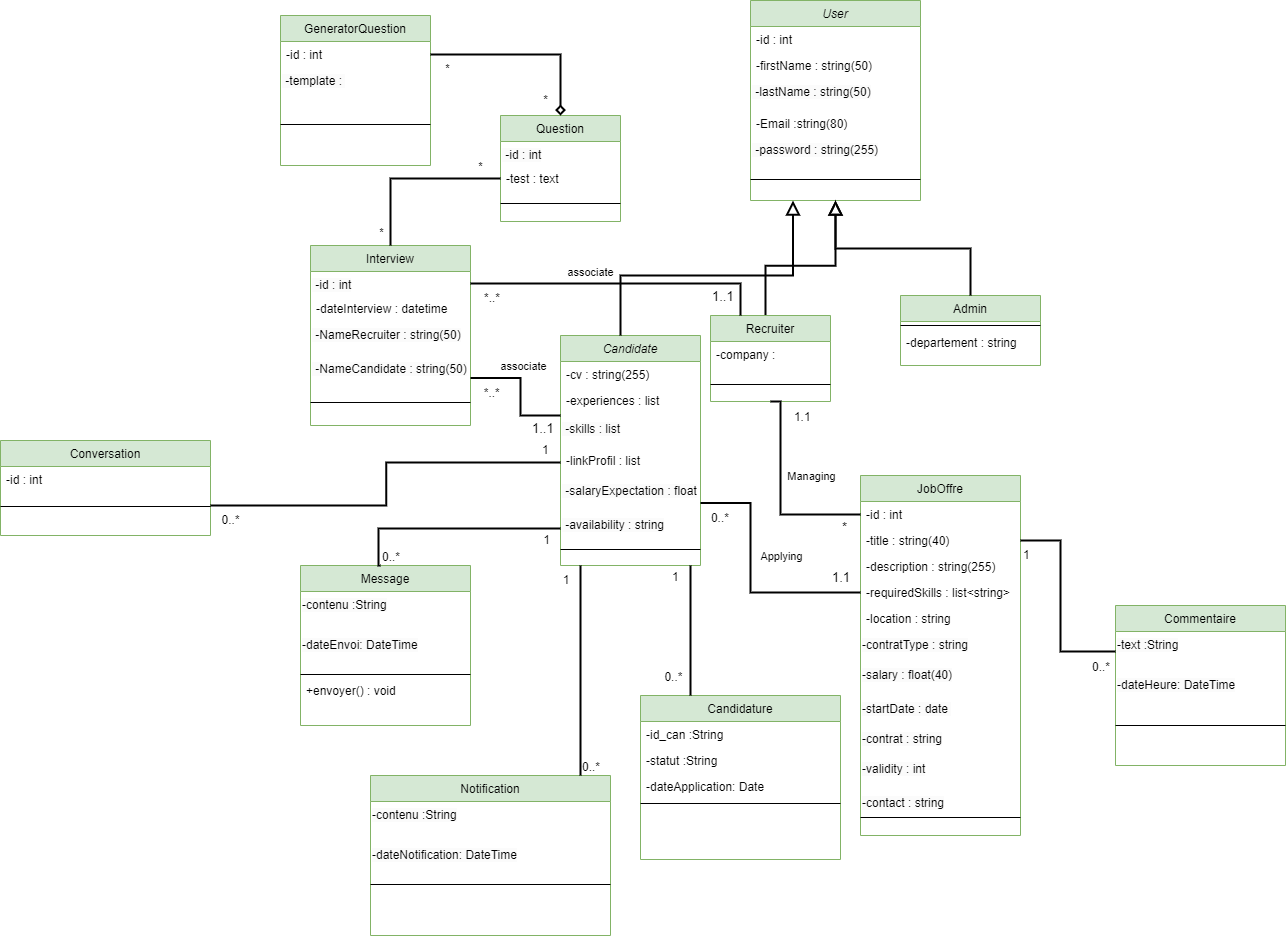
chirine1/-project keeps this draw.io diagram as Diagramme class BD.drawio.png. Above is the earlier version. Source tidied: cells renumbered, new cells last; positions are measured from the earlier drawing's top-left corner, leaving out a move shared by most shapes.
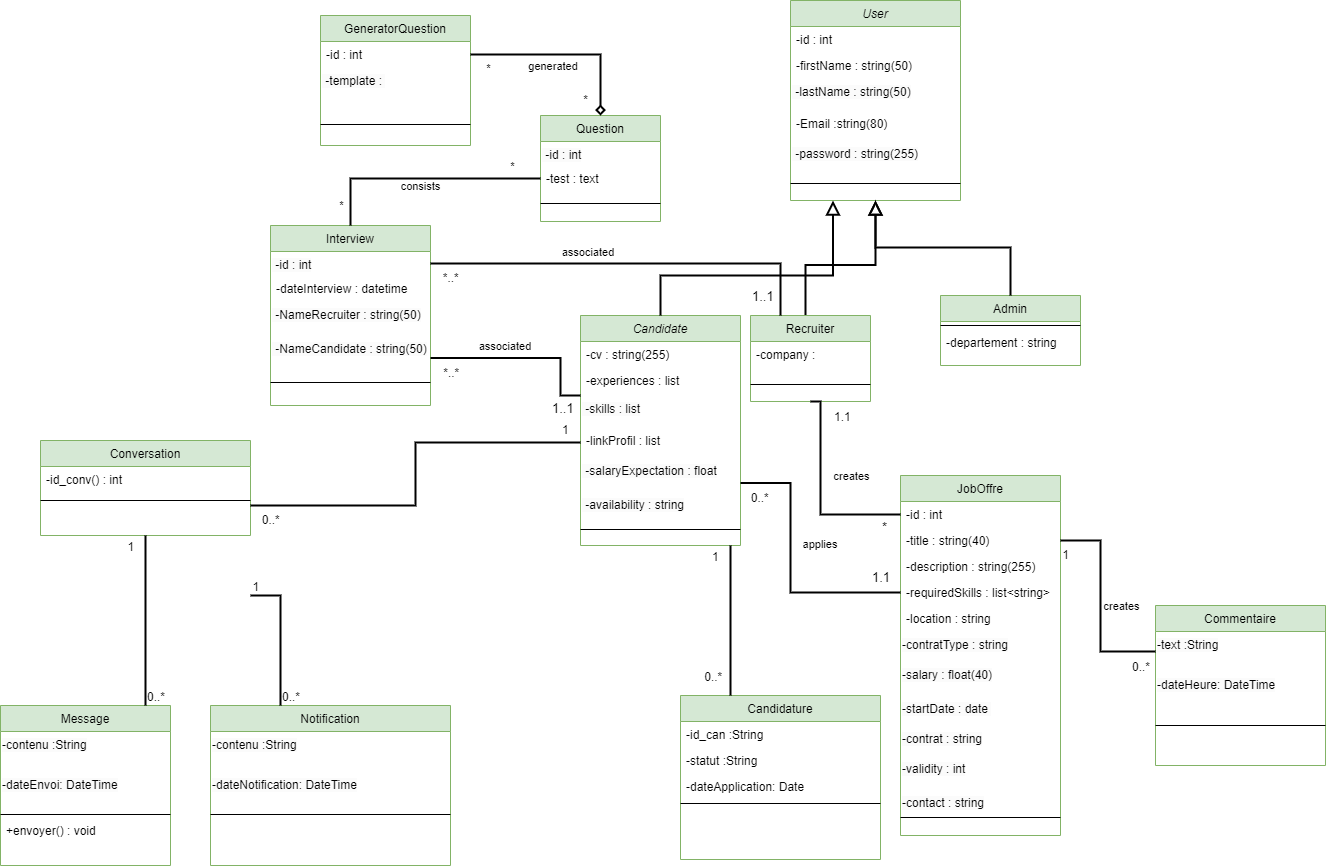
Later version of the same file.

Commit message:
Mettre à jour Diagramme class BD.drawio.png

The edit, as a diff of the source:
```diff
@@ -15,13 +15,13 @@
       <mxGeometry y="78" width="170" height="32" as="geometry" />
     </mxCell>
     <mxCell id="6" value="-Email :string(80)" style="text;align=left;verticalAlign=top;spacingLeft=4;spacingRight=4;overflow=hidden;rounded=0;shadow=0;html=0;" parent="2" vertex="1">
-      <mxGeometry y="110" width="170" height="26" as="geometry" />
+      <mxGeometry y="110" width="170" height="30" as="geometry" />
     </mxCell>
     <mxCell id="7" value="&lt;span style=&quot;color: rgb(0, 0, 0); font-family: Helvetica; font-size: 12px; font-style: normal; font-variant-ligatures: normal; font-variant-caps: normal; font-weight: 400; letter-spacing: normal; orphans: 2; text-align: left; text-indent: 0px; text-transform: none; widows: 2; word-spacing: 0px; -webkit-text-stroke-width: 0px; background-color: rgb(251, 251, 251); text-decoration-thickness: initial; text-decoration-style: initial; text-decoration-color: initial; float: none; display: inline !important;&quot;&gt;&amp;nbsp;-password : string(255)&lt;/span&gt;" style="text;whiteSpace=wrap;html=1;" parent="2" vertex="1">
-      <mxGeometry y="136" width="170" height="40" as="geometry" />
+      <mxGeometry y="140" width="170" height="40" as="geometry" />
     </mxCell>
     <mxCell id="8" style="line;html=1;strokeWidth=1;align=left;verticalAlign=middle;spacingTop=-1;spacingLeft=3;spacingRight=3;labelPosition=right;" parent="2" vertex="1">
-      <mxGeometry y="176" width="170" height="6" as="geometry" />
+      <mxGeometry y="180" width="170" height="6" as="geometry" />
     </mxCell>
     <mxCell id="9" style="endArrow=block;endSize=10;endFill=0;shadow=0;strokeWidth=2;rounded=0;edgeStyle=elbowEdgeStyle;elbow=vertical;" parent="1" edge="1" target="2">
       <mxGeometry relative="1" as="geometry">
@@ -89,31 +89,31 @@
       <mxGeometry y="52" width="120" height="34" as="geometry" />
     </mxCell>
     <mxCell id="30" value="Candidate" style="swimlane;fontStyle=2;align=center;verticalAlign=top;horizontal=1;startSize=26;rounded=0;shadow=0;strokeWidth=1;fillColor=#d5e8d4;strokeColor=#82b366;" parent="1" vertex="1">
-      <mxGeometry x="560" y="335" width="140" height="230" as="geometry" />
+      <mxGeometry x="540" y="315" width="160" height="230" as="geometry" />
     </mxCell>
     <mxCell id="31" value="-cv : string(255)" style="text;align=left;verticalAlign=top;spacingLeft=4;spacingRight=4;overflow=hidden;rounded=0;shadow=0;html=0;" parent="30" vertex="1">
-      <mxGeometry y="26" width="140" height="26" as="geometry" />
+      <mxGeometry y="26" width="160" height="26" as="geometry" />
     </mxCell>
     <mxCell id="32" value="-experiences : list" style="text;align=left;verticalAlign=top;spacingLeft=4;spacingRight=4;overflow=hidden;" parent="30" vertex="1">
-      <mxGeometry y="52" width="140" height="28" as="geometry" />
+      <mxGeometry y="52" width="160" height="28" as="geometry" />
     </mxCell>
     <mxCell id="33" value="&lt;span style=&quot;color: rgb(0, 0, 0); font-family: Helvetica; font-size: 12px; font-style: normal; font-variant-ligatures: normal; font-variant-caps: normal; font-weight: 400; letter-spacing: normal; orphans: 2; text-align: left; text-indent: 0px; text-transform: none; widows: 2; word-spacing: 0px; -webkit-text-stroke-width: 0px; background-color: rgb(251, 251, 251); text-decoration-thickness: initial; text-decoration-style: initial; text-decoration-color: initial; float: none; display: inline !important;&quot;&gt;&amp;nbsp;-skills : list&lt;/span&gt;" style="text;whiteSpace=wrap;html=1;" parent="30" vertex="1">
-      <mxGeometry y="80" width="140" height="32" as="geometry" />
+      <mxGeometry y="80" width="160" height="32" as="geometry" />
     </mxCell>
     <mxCell id="34" value="-linkProfil : list" style="text;align=left;verticalAlign=top;spacingLeft=4;spacingRight=4;overflow=hidden;points=[[0,0.5],[1,0.5]];portConstraint=eastwest;rounded=0;shadow=0;html=0;" parent="30" vertex="1">
-      <mxGeometry y="112" width="140" height="30" as="geometry" />
+      <mxGeometry y="112" width="160" height="30" as="geometry" />
     </mxCell>
     <mxCell id="35" value="&lt;span style=&quot;color: rgb(0, 0, 0); font-family: Helvetica; font-size: 12px; font-style: normal; font-variant-ligatures: normal; font-variant-caps: normal; font-weight: 400; letter-spacing: normal; orphans: 2; text-align: left; text-indent: 0px; text-transform: none; widows: 2; word-spacing: 0px; -webkit-text-stroke-width: 0px; background-color: rgb(251, 251, 251); text-decoration-thickness: initial; text-decoration-style: initial; text-decoration-color: initial; float: none; display: inline !important;&quot;&gt;&amp;nbsp;-salaryExpectation : float&lt;/span&gt;" style="text;whiteSpace=wrap;html=1;" parent="30" vertex="1">
-      <mxGeometry y="142" width="140" height="34" as="geometry" />
+      <mxGeometry y="142" width="160" height="34" as="geometry" />
     </mxCell>
     <mxCell id="36" value="&lt;span style=&quot;color: rgb(0, 0, 0); font-family: Helvetica; font-size: 12px; font-style: normal; font-variant-ligatures: normal; font-variant-caps: normal; font-weight: 400; letter-spacing: normal; orphans: 2; text-align: left; text-indent: 0px; text-transform: none; widows: 2; word-spacing: 0px; -webkit-text-stroke-width: 0px; background-color: rgb(251, 251, 251); text-decoration-thickness: initial; text-decoration-style: initial; text-decoration-color: initial; float: none; display: inline !important;&quot;&gt;&amp;nbsp;-availability : string&lt;/span&gt;" style="text;whiteSpace=wrap;html=1;" parent="30" vertex="1">
-      <mxGeometry y="176" width="140" height="34" as="geometry" />
+      <mxGeometry y="176" width="160" height="34" as="geometry" />
     </mxCell>
     <mxCell id="37" style="line;html=1;strokeWidth=1;align=left;verticalAlign=middle;spacingTop=-1;spacingLeft=3;spacingRight=3;labelPosition=right;" parent="30" vertex="1">
-      <mxGeometry y="210" width="140" height="8" as="geometry" />
+      <mxGeometry y="210" width="160" height="8" as="geometry" />
     </mxCell>
     <mxCell id="38" value="GeneratorQuestion" style="swimlane;fontStyle=0;align=center;verticalAlign=top;horizontal=1;startSize=26;rounded=0;shadow=0;strokeWidth=1;fillColor=#d5e8d4;strokeColor=#82b366;" parent="1" vertex="1">
-      <mxGeometry x="280" y="15" width="150" height="150" as="geometry" />
+      <mxGeometry x="280" y="15" width="150" height="130" as="geometry" />
     </mxCell>
     <mxCell id="39" value="-id : int" style="text;align=left;verticalAlign=top;spacingLeft=4;spacingRight=4;overflow=hidden;points=[[0,0.5],[1,0.5]];portConstraint=eastwest;" parent="38" vertex="1">
       <mxGeometry y="26" width="150" height="26" as="geometry" />
@@ -137,7 +137,7 @@
       <mxGeometry y="76" width="120" height="24" as="geometry" />
     </mxCell>
     <mxCell id="46" value="Interview" style="swimlane;fontStyle=0;align=center;verticalAlign=top;horizontal=1;startSize=26;rounded=0;shadow=0;strokeWidth=1;fillColor=#d5e8d4;strokeColor=#82b366;" parent="1" vertex="1">
-      <mxGeometry x="310" y="245" width="160" height="180" as="geometry" />
+      <mxGeometry x="230" y="225" width="160" height="180" as="geometry" />
     </mxCell>
     <mxCell id="47" value="&lt;span style=&quot;color: rgb(0, 0, 0); font-family: Helvetica; font-size: 12px; font-style: normal; font-variant-ligatures: normal; font-variant-caps: normal; font-weight: 400; letter-spacing: normal; orphans: 2; text-align: left; text-indent: 0px; text-transform: none; widows: 2; word-spacing: 0px; -webkit-text-stroke-width: 0px; background-color: rgb(251, 251, 251); text-decoration-thickness: initial; text-decoration-style: initial; text-decoration-color: initial; float: none; display: inline !important;&quot;&gt;&amp;nbsp;-id : int&lt;/span&gt;" style="text;whiteSpace=wrap;html=1;" parent="46" vertex="1">
       <mxGeometry y="26" width="160" height="24" as="geometry" />
@@ -172,7 +172,7 @@
         <mxPoint x="41" y="24" as="offset" />
       </mxGeometry>
     </mxCell>
-    <mxCell id="55" value="Managing" style="edgeLabel;html=1;align=center;verticalAlign=middle;" parent="52" vertex="1">
+    <mxCell id="55" value="creates" style="edgeLabel;html=1;align=center;verticalAlign=middle;" parent="52" vertex="1">
       <mxGeometry x="0.23" y="6" relative="1" as="geometry">
         <mxPoint x="36" y="6" as="offset" />
       </mxGeometry>
@@ -195,7 +195,7 @@
         <mxPoint x="30" y="23" as="offset" />
       </mxGeometry>
     </mxCell>
-    <mxCell id="59" value="Applying" style="edgeLabel;html=1;align=center;verticalAlign=middle;" parent="56" vertex="1">
+    <mxCell id="59" value="applies&amp;nbsp;" style="edgeLabel;html=1;align=center;verticalAlign=middle;" parent="56" vertex="1">
       <mxGeometry x="0.23" y="6" relative="1" as="geometry">
         <mxPoint x="36" y="6" as="offset" />
       </mxGeometry>
@@ -218,7 +218,7 @@
         <mxPoint x="30" y="23" as="offset" />
       </mxGeometry>
     </mxCell>
-    <mxCell id="63" value="associate" style="edgeLabel;html=1;align=center;verticalAlign=middle;" parent="60" vertex="1">
+    <mxCell id="63" value="associated&amp;nbsp;" style="edgeLabel;html=1;align=center;verticalAlign=middle;" parent="60" vertex="1">
       <mxGeometry x="0.23" y="6" relative="1" as="geometry">
         <mxPoint x="3" y="-18" as="offset" />
       </mxGeometry>
@@ -231,6 +231,11 @@
         <mxPoint y="18" as="offset" />
       </mxGeometry>
     </mxCell>
+    <mxCell id="111" value="&amp;nbsp;generated" style="edgeLabel;html=1;align=center;verticalAlign=middle;" parent="64" vertex="1">
+      <mxGeometry x="0.03" y="3" relative="1" as="geometry">
+        <mxPoint x="-13" y="8" as="offset" />
+      </mxGeometry>
+    </mxCell>
     <mxCell id="66" value="*" style="text;html=1;align=center;verticalAlign=middle;strokeColor=none;fillColor=none;" parent="1" vertex="1">
       <mxGeometry x="530" y="85" width="30" height="30" as="geometry" />
     </mxCell>
@@ -247,6 +252,11 @@
         <mxPoint x="6" y="-13" as="offset" />
       </mxGeometry>
     </mxCell>
+    <mxCell id="112" value="consists" style="edgeLabel;html=1;align=center;verticalAlign=middle;" parent="67" vertex="1">
+      <mxGeometry x="0.15" y="1" relative="1" as="geometry">
+        <mxPoint x="16" y="6" as="offset" />
+      </mxGeometry>
+    </mxCell>
     <mxCell id="70" style="endArrow=none;shadow=0;strokeWidth=2;rounded=0;endFill=0;edgeStyle=elbowEdgeStyle;elbow=horizontal;entryX=1;entryY=0.5;entryDx=0;entryDy=0;exitX=0.25;exitY=0;exitDx=0;exitDy=0;" parent="1" edge="1" source="27" target="47">
       <mxGeometry x="0.5" y="41" relative="1" as="geometry">
         <Array as="points">
@@ -265,14 +275,14 @@
         <mxPoint x="30" y="23" as="offset" />
       </mxGeometry>
     </mxCell>
-    <mxCell id="73" value="associate" style="edgeLabel;html=1;align=center;verticalAlign=middle;" parent="70" vertex="1">
+    <mxCell id="73" value="associated&amp;nbsp;" style="edgeLabel;html=1;align=center;verticalAlign=middle;" parent="70" vertex="1">
       <mxGeometry x="0.23" y="6" relative="1" as="geometry">
         <mxPoint x="3" y="-18" as="offset" />
       </mxGeometry>
     </mxCell>
     <mxCell id="74" style="endArrow=block;endSize=10;endFill=0;shadow=0;strokeWidth=2;rounded=0;edgeStyle=elbowEdgeStyle;elbow=vertical;entryX=0.25;entryY=1;entryDx=0;entryDy=0;" parent="1" edge="1" target="2">
       <mxGeometry relative="1" as="geometry">
-        <mxPoint x="620" y="335" as="sourcePoint" />
+        <mxPoint x="620" y="315" as="sourcePoint" />
         <Array as="points">
           <mxPoint x="730" y="275" />
         </Array>
@@ -281,14 +291,14 @@
     <mxCell id="75" value="Conversation" style="swimlane;fontStyle=0;align=center;verticalAlign=top;horizontal=1;startSize=26;rounded=0;shadow=0;strokeWidth=1;fillColor=#d5e8d4;strokeColor=#82b366;" parent="1" vertex="1">
       <mxGeometry y="440" width="210" height="95" as="geometry" />
     </mxCell>
-    <mxCell id="76" value="-id : int" style="text;align=left;verticalAlign=top;spacingLeft=4;spacingRight=4;overflow=hidden;" parent="75" vertex="1">
-      <mxGeometry y="26" width="210" height="26" as="geometry" />
+    <mxCell id="76" value="-id_conv() : int" style="text;align=left;verticalAlign=top;spacingLeft=4;spacingRight=4;overflow=hidden;" parent="75" vertex="1">
+      <mxGeometry y="26" width="210" height="24" as="geometry" />
     </mxCell>
     <mxCell id="77" style="line;html=1;strokeWidth=1;align=left;verticalAlign=middle;spacingTop=-1;spacingLeft=3;spacingRight=3;labelPosition=right;" parent="75" vertex="1">
-      <mxGeometry y="52" width="210" height="28" as="geometry" />
+      <mxGeometry y="50" width="210" height="20" as="geometry" />
     </mxCell>
     <mxCell id="78" value="Notification" style="swimlane;fontStyle=0;align=center;verticalAlign=top;horizontal=1;startSize=26;rounded=0;shadow=0;strokeWidth=1;fillColor=#d5e8d4;strokeColor=#82b366;" parent="1" vertex="1">
-      <mxGeometry x="370" y="775" width="240" height="160" as="geometry" />
+      <mxGeometry x="170" y="705" width="240" height="160" as="geometry" />
     </mxCell>
     <mxCell id="79" value="&lt;span style=&quot;color: rgb(0, 0, 0); font-family: Helvetica; font-size: 12px; font-style: normal; font-variant-ligatures: normal; font-variant-caps: normal; font-weight: 400; letter-spacing: normal; orphans: 2; text-align: left; text-indent: 0px; text-transform: none; widows: 2; word-spacing: 0px; -webkit-text-stroke-width: 0px; background-color: rgb(251, 251, 251); text-decoration-thickness: initial; text-decoration-style: initial; text-decoration-color: initial; float: none; display: inline !important;&quot;&gt;-contenu :String&lt;/span&gt;" style="text;whiteSpace=wrap;html=1;" parent="78" vertex="1">
       <mxGeometry y="26" width="240" height="40" as="geometry" />
@@ -312,7 +322,7 @@
       <mxGeometry y="106" width="170" height="28" as="geometry" />
     </mxCell>
     <mxCell id="86" value="Message" style="swimlane;fontStyle=0;align=center;verticalAlign=top;horizontal=1;startSize=26;rounded=0;shadow=0;strokeWidth=1;fillColor=#d5e8d4;strokeColor=#82b366;" parent="1" vertex="1">
-      <mxGeometry x="300" y="565" width="170" height="160" as="geometry" />
+      <mxGeometry x="-40" y="705" width="170" height="160" as="geometry" />
     </mxCell>
     <mxCell id="87" value="&lt;span style=&quot;color: rgb(0, 0, 0); font-family: Helvetica; font-size: 12px; font-style: normal; font-variant-ligatures: normal; font-variant-caps: normal; font-weight: 400; letter-spacing: normal; orphans: 2; text-align: left; text-indent: 0px; text-transform: none; widows: 2; word-spacing: 0px; -webkit-text-stroke-width: 0px; background-color: rgb(251, 251, 251); text-decoration-thickness: initial; text-decoration-style: initial; text-decoration-color: initial; float: none; display: inline !important;&quot;&gt;-contenu :String&lt;/span&gt;" style="text;whiteSpace=wrap;html=1;" parent="86" vertex="1">
       <mxGeometry y="26" width="170" height="40" as="geometry" />
@@ -341,11 +351,11 @@
     <mxCell id="95" style="line;html=1;strokeWidth=1;align=left;verticalAlign=middle;spacingTop=-1;spacingLeft=3;spacingRight=3;labelPosition=right;" parent="91" vertex="1">
       <mxGeometry y="104" width="200" height="8" as="geometry" />
     </mxCell>
-    <mxCell id="96" style="endArrow=none;shadow=0;strokeWidth=2;rounded=0;endFill=0;edgeStyle=elbowEdgeStyle;elbow=horizontal;entryX=0;entryY=0.5;entryDx=0;entryDy=0;" parent="1" edge="1" target="36">
+    <mxCell id="96" style="endArrow=none;shadow=0;strokeWidth=2;rounded=0;endFill=0;edgeStyle=elbowEdgeStyle;elbow=horizontal;entryX=0.5;entryY=1;entryDx=0;entryDy=0;" parent="1" edge="1" target="75">
       <mxGeometry x="0.5" y="41" relative="1" as="geometry">
-        <mxPoint x="380" y="565" as="sourcePoint" />
+        <mxPoint x="105" y="705" as="sourcePoint" />
         <Array as="points">
-          <mxPoint x="378" y="575" />
+          <mxPoint x="105" y="655" />
         </Array>
         <mxPoint x="-40" y="32" as="offset" />
       </mxGeometry>
@@ -358,24 +368,6 @@
         <mxPoint x="-10" y="20" as="offset" />
       </mxGeometry>
     </mxCell>
-    <mxCell id="99" style="endArrow=none;shadow=0;strokeWidth=2;rounded=0;endFill=0;edgeStyle=elbowEdgeStyle;elbow=horizontal;" parent="1" edge="1">
-      <mxGeometry x="0.5" y="41" relative="1" as="geometry">
-        <mxPoint x="580" y="775" as="sourcePoint" />
-        <mxPoint x="580" y="565" as="targetPoint" />
-        <Array as="points">
-          <mxPoint x="580" y="675" />
-        </Array>
-        <mxPoint x="-40" y="32" as="offset" />
-      </mxGeometry>
-    </mxCell>
-    <mxCell id="100" value="0..*" style="align=left;verticalAlign=bottom;labelBackgroundColor=none;fontSize=12;" parent="99" vertex="1">
-      <mxGeometry x="-1" relative="1" as="geometry" />
-    </mxCell>
-    <mxCell id="101" value="1" style="align=right;verticalAlign=bottom;labelBackgroundColor=none;fontSize=12;" parent="99" vertex="1">
-      <mxGeometry x="1" relative="1" as="geometry">
-        <mxPoint x="-10" y="23" as="offset" />
-      </mxGeometry>
-    </mxCell>
     <mxCell id="102" style="endArrow=none;shadow=0;strokeWidth=2;rounded=0;endFill=0;edgeStyle=elbowEdgeStyle;elbow=horizontal;exitX=0;exitY=0.5;exitDx=0;exitDy=0;entryX=1;entryY=0.5;entryDx=0;entryDy=0;" parent="1" edge="1" source="83" target="16">
       <mxGeometry x="0.5" y="41" relative="1" as="geometry">
         <Array as="points">
@@ -394,6 +386,11 @@
         <mxPoint x="10" y="23" as="offset" />
       </mxGeometry>
     </mxCell>
+    <mxCell id="113" value="creates" style="edgeLabel;html=1;align=center;verticalAlign=middle;" parent="102" vertex="1">
+      <mxGeometry x="-0.09" y="-2" relative="1" as="geometry">
+        <mxPoint x="18" y="-7" as="offset" />
+      </mxGeometry>
+    </mxCell>
     <mxCell id="105" style="endArrow=none;shadow=0;strokeWidth=2;rounded=0;endFill=0;edgeStyle=elbowEdgeStyle;elbow=horizontal;exitX=0;exitY=0.5;exitDx=0;exitDy=0;" parent="1" edge="1" source="34">
       <mxGeometry x="0.5" y="41" relative="1" as="geometry">
         <mxPoint x="210" y="505" as="targetPoint" />
@@ -412,7 +409,7 @@
     </mxCell>
     <mxCell id="108" style="endArrow=none;shadow=0;strokeWidth=2;rounded=0;endFill=0;edgeStyle=elbowEdgeStyle;elbow=horizontal;entryX=0.25;entryY=0;entryDx=0;entryDy=0;" parent="1" edge="1" target="91">
       <mxGeometry x="0.5" y="41" relative="1" as="geometry">
-        <mxPoint x="690" y="565" as="sourcePoint" />
+        <mxPoint x="690" y="545" as="sourcePoint" />
         <Array as="points">
           <mxPoint x="690" y="666" />
         </Array>
@@ -429,5 +426,23 @@
         <mxPoint x="-7" y="-10" as="offset" />
       </mxGeometry>
     </mxCell>
+    <mxCell id="114" style="endArrow=none;shadow=0;strokeWidth=2;rounded=0;endFill=0;edgeStyle=elbowEdgeStyle;elbow=horizontal;" parent="1" edge="1">
+      <mxGeometry x="0.5" y="41" relative="1" as="geometry">
+        <mxPoint x="240" y="705" as="sourcePoint" />
+        <mxPoint x="210" y="595" as="targetPoint" />
+        <Array as="points">
+          <mxPoint x="240" y="655" />
+        </Array>
+        <mxPoint x="-40" y="32" as="offset" />
+      </mxGeometry>
+    </mxCell>
+    <mxCell id="100" value="0..*" style="align=left;verticalAlign=bottom;labelBackgroundColor=none;fontSize=12;" parent="114" vertex="1">
+      <mxGeometry x="-1" relative="1" as="geometry" />
+    </mxCell>
+    <mxCell id="101" value="1" style="align=right;verticalAlign=bottom;labelBackgroundColor=none;fontSize=12;" parent="114" vertex="1">
+      <mxGeometry x="1" relative="1" as="geometry">
+        <mxPoint x="10" as="offset" />
+      </mxGeometry>
+    </mxCell>
   </root>
 </mxGraphModel>
```
